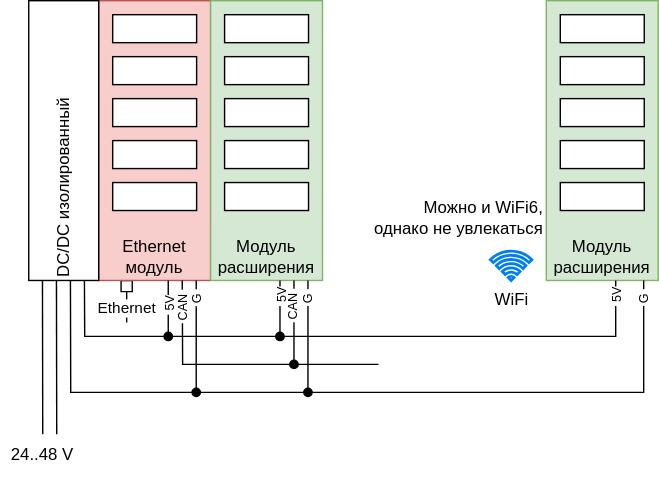
Above: docs/esphome/pic/modules.svg in atitoff/CSH4 (draw.io), before the change. Source tidied: cells renumbered, new cells last; positions are measured from the earlier drawing's top-left corner, leaving out a move shared by most shapes.
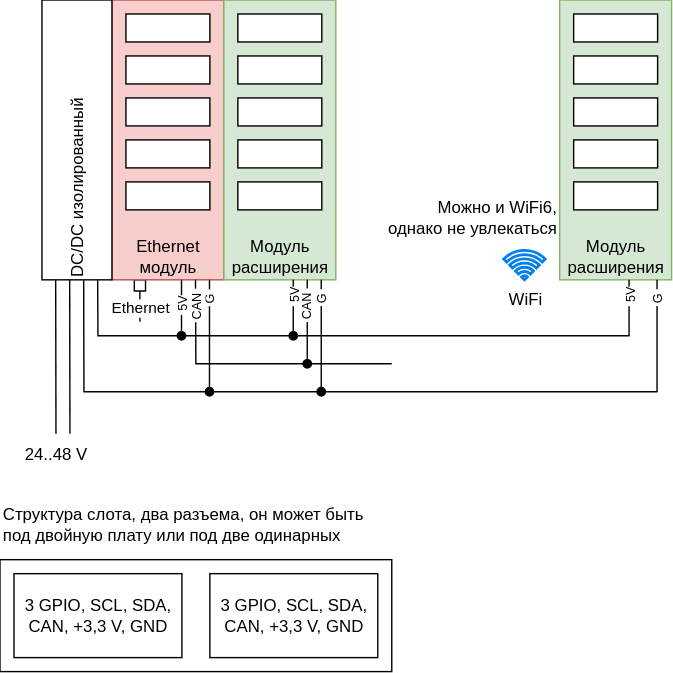
After the commit.

The edit, as a diff of the source:
```diff
@@ -199,5 +199,17 @@
     <mxCell id="45" value="Можно и WiFi6,&lt;div&gt;однако не увлекаться&lt;/div&gt;" style="text;html=1;whiteSpace=wrap;strokeColor=none;fillColor=none;align=right;verticalAlign=middle;rounded=0;" parent="1" vertex="1">
       <mxGeometry x="250" y="140" width="140" height="30" as="geometry" />
     </mxCell>
+    <mxCell id="46" style="rounded=0;whiteSpace=wrap;html=1;" parent="1" vertex="1">
+      <mxGeometry x="-10" y="400" width="280" height="80" as="geometry" />
+    </mxCell>
+    <mxCell id="47" value="3 GPIO, SCL, SDA, CAN, +3,3 V, GND" style="rounded=0;whiteSpace=wrap;html=1;" parent="1" vertex="1">
+      <mxGeometry y="410" width="120" height="60" as="geometry" />
+    </mxCell>
+    <mxCell id="48" value="Структура слота, два разъема, он может быть под двойную плату или под две одинарных" style="text;html=1;whiteSpace=wrap;strokeColor=none;fillColor=none;align=left;verticalAlign=middle;rounded=0;" parent="1" vertex="1">
+      <mxGeometry x="-10" y="360" width="280" height="30" as="geometry" />
+    </mxCell>
+    <mxCell id="49" value="3 GPIO, SCL, SDA, CAN, +3,3 V, GND" style="rounded=0;whiteSpace=wrap;html=1;" parent="1" vertex="1">
+      <mxGeometry x="140" y="410" width="120" height="60" as="geometry" />
+    </mxCell>
   </root>
 </mxGraphModel>
```
